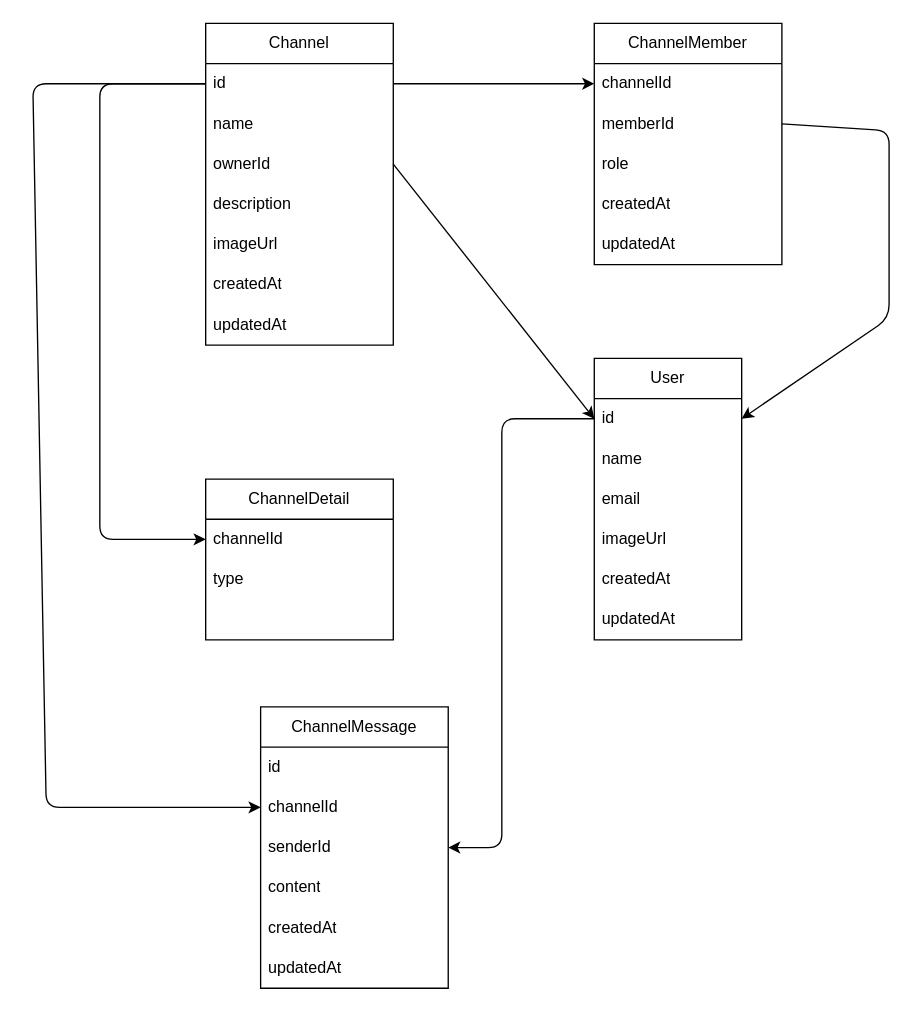
This is client/db.dio from fffk10/narikiri-chat, a draw.io file, before an edit. Source tidied: cells renumbered, new cells numbered last; positions are measured from the earlier drawing's top-left corner, leaving out a move shared by most shapes. Both pictures are drawn from the tidied source at 134%, with x=0, y=0 at pixel (32, 23).
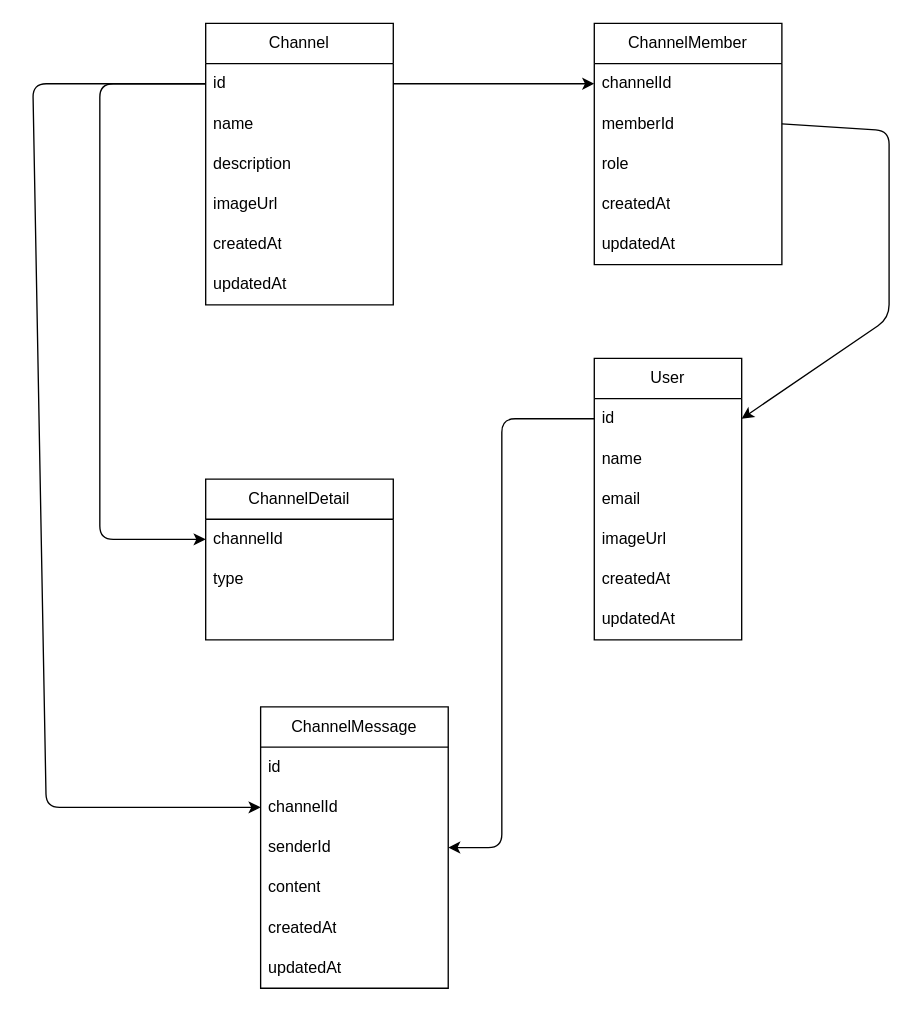
The same diagram, later.

The change refers to these unchanged cells:
```xml
<mxCell id="3" value="id" style="text;strokeColor=none;fillColor=none;align=left;verticalAlign=middle;spacingLeft=4;spacingRight=4;overflow=hidden;points=[[0,0.5],[1,0.5]];portConstraint=eastwest;whiteSpace=wrap;html=1;" parent="2" vertex="1">
  <mxGeometry y="30" width="110" height="30" as="geometry" />
</mxCell>
```

The edit, as a diff of the source:
```diff
@@
     <mxCell id="9" value="Channel" style="swimlane;fontStyle=0;horizontal=1;startSize=30;whiteSpace=wrap;html=1;" parent="1" vertex="1">
-      <mxGeometry x="129" width="140" height="240" as="geometry" />
+      <mxGeometry x="129" width="140" height="210" as="geometry" />
     </mxCell>
@@
-    <mxCell id="12" value="ownerId" style="text;strokeColor=none;fillColor=none;align=left;verticalAlign=middle;spacingLeft=4;spacingRight=4;overflow=hidden;points=[[0,0.5],[1,0.5]];portConstraint=eastwest;whiteSpace=wrap;html=1;" parent="9" vertex="1">
-      <mxGeometry y="90" width="140" height="30" as="geometry" />
-    </mxCell>
     <mxCell id="13" value="description" style="text;strokeColor=none;fillColor=none;align=left;verticalAlign=middle;spacingLeft=4;spacingRight=4;overflow=hidden;whiteSpace=wrap;html=1;" parent="9" vertex="1">
-      <mxGeometry y="120" width="140" height="30" as="geometry" />
+      <mxGeometry y="90" width="140" height="30" as="geometry" />
     </mxCell>
     <mxCell id="14" value="imageUrl" style="text;strokeColor=none;fillColor=none;align=left;verticalAlign=middle;spacingLeft=4;spacingRight=4;overflow=hidden;whiteSpace=wrap;html=1;" parent="9" vertex="1">
-      <mxGeometry y="150" width="140" height="30" as="geometry" />
+      <mxGeometry y="120" width="140" height="30" as="geometry" />
     </mxCell>
     <mxCell id="15" value="createdAt" style="text;strokeColor=none;fillColor=none;align=left;verticalAlign=middle;spacingLeft=4;spacingRight=4;overflow=hidden;whiteSpace=wrap;html=1;" parent="9" vertex="1">
-      <mxGeometry y="180" width="140" height="30" as="geometry" />
+      <mxGeometry y="150" width="140" height="30" as="geometry" />
     </mxCell>
     <mxCell id="16" value="updatedAt" style="text;strokeColor=none;fillColor=none;align=left;verticalAlign=middle;spacingLeft=4;spacingRight=4;overflow=hidden;whiteSpace=wrap;html=1;" parent="9" vertex="1">
-      <mxGeometry y="210" width="140" height="30" as="geometry" />
+      <mxGeometry y="180" width="140" height="30" as="geometry" />
     </mxCell>
@@
-    <mxCell id="24" style="edgeStyle=none;html=1;exitX=1;exitY=0.5;exitDx=0;exitDy=0;entryX=0;entryY=0.5;entryDx=0;entryDy=0;" parent="1" edge="1" source="12" target="3">
-      <mxGeometry relative="1" as="geometry" />
-    </mxCell>
```
